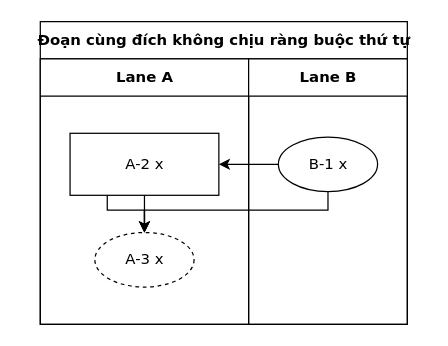
Before: conformance/golden/cases/74-track-same-key-no-order.drawio in luytbq/flowcast, a draw.io diagram. Source tidied: cells renumbered, new cells numbered last; positions are measured from the earlier drawing's top-left corner, leaving out a move shared by most shapes. Both pictures are drawn from the tidied source at 124%, with x=0, y=0 at pixel (40, 21).
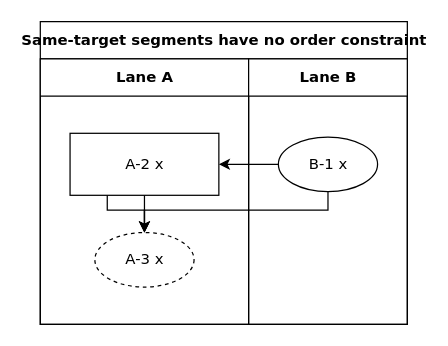
The same diagram, later.

The edit, as a diff of the source:
```diff
@@
 <mxGraphModel>
   <root>
     <mxCell id="0" />
     <mxCell id="1" parent="0" />
-    <mxCell id="2" value="Đoạn cùng đích không chịu ràng buộc thứ tự" style="swimlane;html=1;startSize=30;fontStyle=1;fontFamily=Verdana;fontSize=12;flowtable=1;" parent="1" vertex="1">
+    <mxCell id="2" value="Same-target segments have no order constraint" style="swimlane;html=1;startSize=30;fontStyle=1;fontFamily=Verdana;fontSize=12;flowtable=1;" parent="1" vertex="1">
       <mxGeometry width="296" height="244" as="geometry" />
     </mxCell>
     <mxCell id="3" value="Lane A" style="swimlane;html=1;startSize=30;fontFamily=Verdana;fontSize=12;flowtable=1;" parent="2" vertex="1">
       <mxGeometry y="30" width="168" height="214" as="geometry" />
     </mxCell>
     <mxCell id="4" value="Lane B" style="swimlane;html=1;startSize=30;fontFamily=Verdana;fontSize=12;flowtable=1;" parent="2" vertex="1">
       <mxGeometry x="168" y="30" width="128" height="214" as="geometry" />
     </mxCell>
     <mxCell id="5" value="B-1 x" style="ellipse;html=1;fontFamily=Verdana;fontSize=12;flowtable=1;" parent="4" vertex="1">
       <mxGeometry x="24" y="63" width="80" height="44" as="geometry" />
     </mxCell>
     <mxCell id="6" value="A-2 x" style="rounded=0;html=1;fontFamily=Verdana;fontSize=12;flowtable=1;" parent="3" vertex="1">
       <mxGeometry x="24" y="60" width="120" height="50" as="geometry" />
     </mxCell>
     <mxCell id="7" value="A-3 x" style="ellipse;html=1;dashed=1;fontFamily=Verdana;fontSize=12;flowtable=1;" parent="3" vertex="1">
       <mxGeometry x="44" y="140" width="80" height="44" as="geometry" />
     </mxCell>
     <mxCell id="8" style="edgeStyle=orthogonalEdgeStyle;rounded=0;jettySize=auto;html=1;labelBackgroundColor=default;exitX=0;exitY=0.5;exitDx=0;exitDy=0;entryX=1;entryY=0.5;entryDx=0;entryDy=0;fontFamily=Verdana;fontSize=12;flowtable=1;" parent="2" edge="1" source="5" target="6">
       <mxGeometry relative="1" as="geometry" />
     </mxCell>
     <mxCell id="9" style="edgeStyle=orthogonalEdgeStyle;rounded=0;jettySize=auto;html=1;labelBackgroundColor=default;exitX=0.5;exitY=1;exitDx=0;exitDy=0;entryX=0.5;entryY=0;entryDx=0;entryDy=0;fontFamily=Verdana;fontSize=12;flowtable=1;" parent="2" edge="1" source="5" target="7">
       <mxGeometry relative="1" as="geometry">
         <Array as="points">
           <mxPoint x="232" y="152" />
           <mxPoint x="84" y="152" />
         </Array>
       </mxGeometry>
     </mxCell>
     <mxCell id="10" style="edgeStyle=orthogonalEdgeStyle;rounded=0;jettySize=auto;html=1;labelBackgroundColor=default;exitX=0.5;exitY=1;exitDx=0;exitDy=0;entryX=0.5;entryY=0;entryDx=0;entryDy=0;fontFamily=Verdana;fontSize=12;flowtable=1;" parent="2" edge="1" source="6" target="7">
       <mxGeometry relative="1" as="geometry" />
     </mxCell>
     <mxCell id="11" style="edgeStyle=orthogonalEdgeStyle;rounded=0;jettySize=auto;html=1;labelBackgroundColor=default;exitX=0.25;exitY=1;exitDx=0;exitDy=0;entryX=0.5;entryY=0;entryDx=0;entryDy=0;fontFamily=Verdana;fontSize=12;flowtable=1;" parent="2" edge="1" source="6" target="7">
       <mxGeometry relative="1" as="geometry">
         <Array as="points">
           <mxPoint x="54" y="152" />
           <mxPoint x="84" y="152" />
         </Array>
       </mxGeometry>
     </mxCell>
   </root>
 </mxGraphModel>
```
